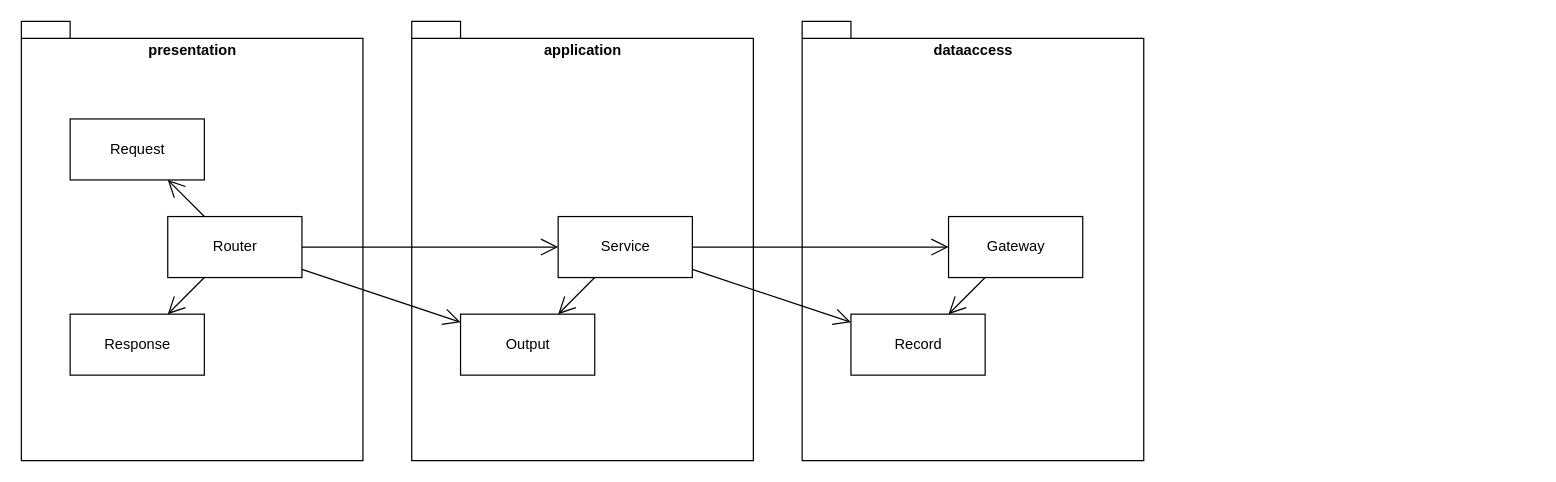
Above: docs/architecture.drawio in Masato-210831/Udemy-reverse-webapp (draw.io), before the change. Source tidied: cells renumbered, new cells numbered last; positions are measured from the earlier drawing's top-left corner, leaving out a move shared by most shapes. Both pictures are drawn from the tidied source at 122%, with x=0, y=0 at pixel (21, 21).
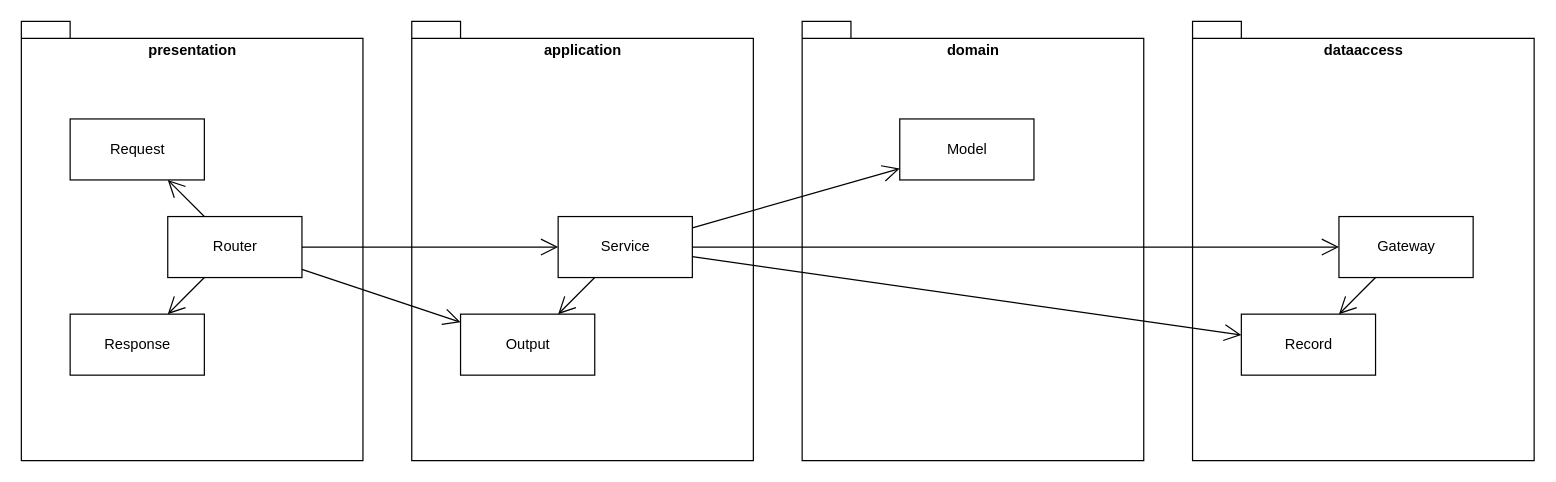
The same page after the edit.

Commit message:
ドメインモデル設計図作成:architecture.drawio

The change refers to these unchanged cells:
```xml
<mxCell id="8" value="Service" style="html=1;" parent="1" vertex="1">
  <mxGeometry x="440" y="160" width="110" height="50" as="geometry" />
</mxCell>
```

The edit, as a diff of the source:
```diff
@@
+    <mxCell id="20" value="domain" style="shape=folder;fontStyle=1;spacingTop=10;tabWidth=40;tabHeight=14;tabPosition=left;html=1;verticalAlign=top;fillColor=none;" parent="1" vertex="1">
+      <mxGeometry x="640" width="280" height="360" as="geometry" />
+    </mxCell>
@@
     <mxCell id="4" value="dataaccess" style="shape=folder;fontStyle=1;spacingTop=10;tabWidth=40;tabHeight=14;tabPosition=left;html=1;verticalAlign=top;fillColor=none;" parent="1" vertex="1">
-      <mxGeometry x="640" width="280" height="360" as="geometry" />
+      <mxGeometry x="960" width="280" height="360" as="geometry" />
     </mxCell>
@@
     <mxCell id="10" value="Gateway" style="html=1;" parent="1" vertex="1">
-      <mxGeometry x="760" y="160" width="110" height="50" as="geometry" />
+      <mxGeometry x="1080" y="160" width="110" height="50" as="geometry" />
     </mxCell>
     <mxCell id="11" value="Record" style="html=1;" parent="1" vertex="1">
-      <mxGeometry x="680" y="240" width="110" height="50" as="geometry" />
+      <mxGeometry x="1000" y="240" width="110" height="50" as="geometry" />
     </mxCell>
@@
+    <mxCell id="21" value="Model" style="html=1;" parent="1" vertex="1">
+      <mxGeometry x="720" y="80" width="110" height="50" as="geometry" />
+    </mxCell>
+    <mxCell id="22" style="endArrow=open;endFill=1;endSize=12;html=1;" parent="1" edge="1" source="8" target="21">
+      <mxGeometry relative="1" as="geometry" />
+    </mxCell>
```
